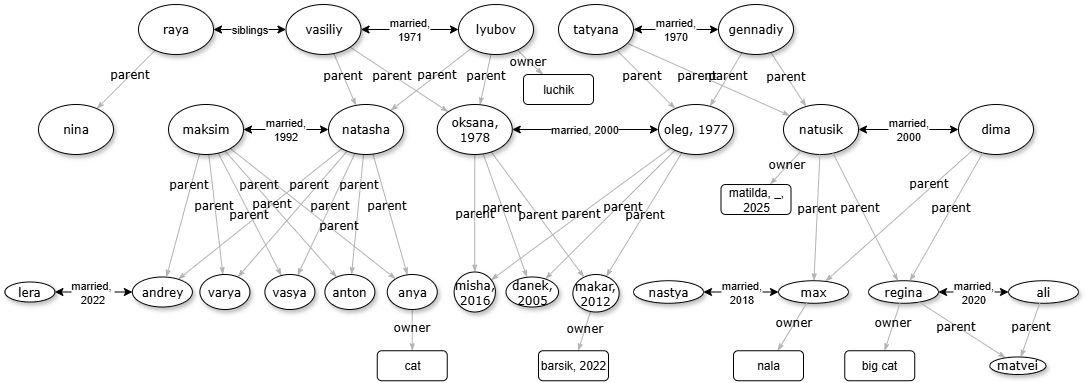
Earlier version of the draw.io export tree.png (deadxraver/sai-lab1). Source tidied: cells renumbered, new cells last; positions are measured from the earlier drawing's top-left corner, leaving out a move shared by most shapes.
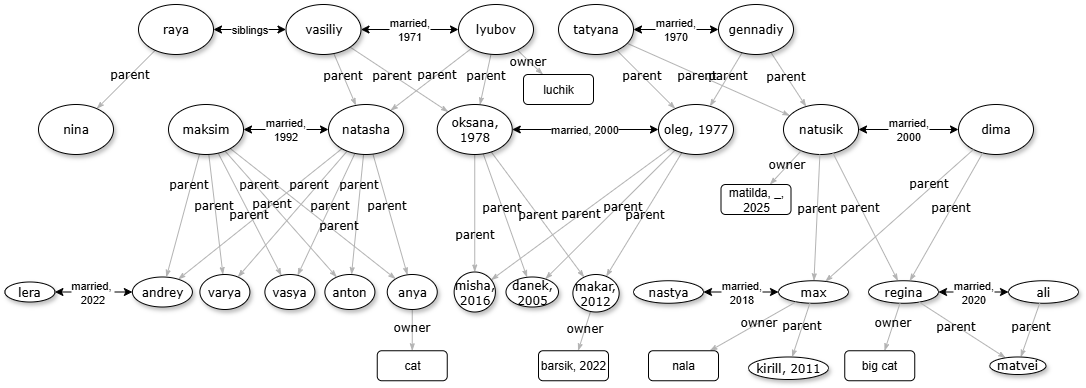
Above is the later version.

Commit message:
I forgot to add 1 member

Diff of the diagram source:
```diff
@@ -12,7 +12,7 @@
       <mxGeometry relative="1" as="geometry" />
     </mxCell>
     <mxCell id="5" value="parent" style="edgeStyle=none;rounded=1;html=1;labelBackgroundColor=none;startArrow=none;startFill=0;startSize=5;endArrow=classicThin;endFill=1;endSize=5;jettySize=auto;strokeColor=#B3B3B3;strokeWidth=1;fontFamily=Verdana;fontSize=12;" parent="1" edge="1" source="46" target="64">
-      <mxGeometry relative="1" as="geometry" />
+      <mxGeometry x="0.36" relative="1" as="geometry" />
     </mxCell>
     <mxCell id="6" value="parent" style="edgeStyle=none;rounded=1;html=1;labelBackgroundColor=none;startArrow=none;startFill=0;startSize=5;endArrow=classicThin;endFill=1;endSize=5;jettySize=auto;strokeColor=#B3B3B3;strokeWidth=1;fontFamily=Verdana;fontSize=12;" parent="1" edge="1" source="46" target="62">
       <mxGeometry relative="1" as="geometry" />
@@ -35,6 +35,9 @@
     <mxCell id="12" value="nastya" style="ellipse;whiteSpace=wrap;html=1;rounded=0;shadow=1;comic=0;labelBackgroundColor=none;strokeWidth=1;fontFamily=Verdana;fontSize=12;align=center;" parent="1" vertex="1">
       <mxGeometry x="629" y="276.2" width="70" height="22.5" as="geometry" />
     </mxCell>
+    <mxCell id="80" value="kirill, 2011" style="ellipse;whiteSpace=wrap;html=1;rounded=0;shadow=1;comic=0;labelBackgroundColor=none;strokeWidth=1;fontFamily=Verdana;fontSize=12;align=center;" parent="1" vertex="1">
+      <mxGeometry x="744" y="352.5" width="80" height="22.5" as="geometry" />
+    </mxCell>
     <mxCell id="13" value="dima" style="ellipse;whiteSpace=wrap;html=1;rounded=0;shadow=1;comic=0;labelBackgroundColor=none;strokeWidth=1;fontFamily=Verdana;fontSize=12;align=center;" parent="1" vertex="1">
       <mxGeometry x="954" y="100" width="75" height="50" as="geometry" />
     </mxCell>
@@ -125,6 +128,9 @@
     <mxCell id="42" value="parent" style="edgeStyle=none;rounded=1;html=1;labelBackgroundColor=none;startArrow=none;startFill=0;startSize=5;endArrow=classicThin;endFill=1;endSize=5;jettySize=auto;strokeColor=#B3B3B3;strokeWidth=1;fontFamily=Verdana;fontSize=12;" parent="1" edge="1" source="10" target="63">
       <mxGeometry x="-0.14" y="-1" relative="1" as="geometry" />
     </mxCell>
+    <mxCell id="81" value="parent" style="edgeStyle=none;rounded=1;html=1;labelBackgroundColor=none;startArrow=none;startFill=0;startSize=5;endArrow=classicThin;endFill=1;endSize=5;jettySize=auto;strokeColor=#B3B3B3;strokeWidth=1;fontFamily=Verdana;fontSize=12;" parent="1" edge="1" source="9" target="80">
+      <mxGeometry x="-0.14" y="-1" relative="1" as="geometry" />
+    </mxCell>
     <mxCell id="43" value="parent" style="edgeStyle=none;rounded=1;html=1;labelBackgroundColor=none;startArrow=none;startFill=0;startSize=5;endArrow=classicThin;endFill=1;endSize=5;jettySize=auto;strokeColor=#B3B3B3;strokeWidth=1;fontFamily=Verdana;fontSize=12;" parent="1" edge="1" source="11" target="63">
       <mxGeometry x="-0.14" y="-1" relative="1" as="geometry" />
     </mxCell>
@@ -234,7 +240,7 @@
       <mxGeometry x="716.5" y="180" width="70" height="30" as="geometry" />
     </mxCell>
     <mxCell id="79" value="nala" style="rounded=1;whiteSpace=wrap;html=1;" parent="1" vertex="1">
-      <mxGeometry x="729" y="346.2" width="70" height="30" as="geometry" />
+      <mxGeometry x="644" y="346.2" width="70" height="30" as="geometry" />
     </mxCell>
   </root>
 </mxGraphModel>
```
